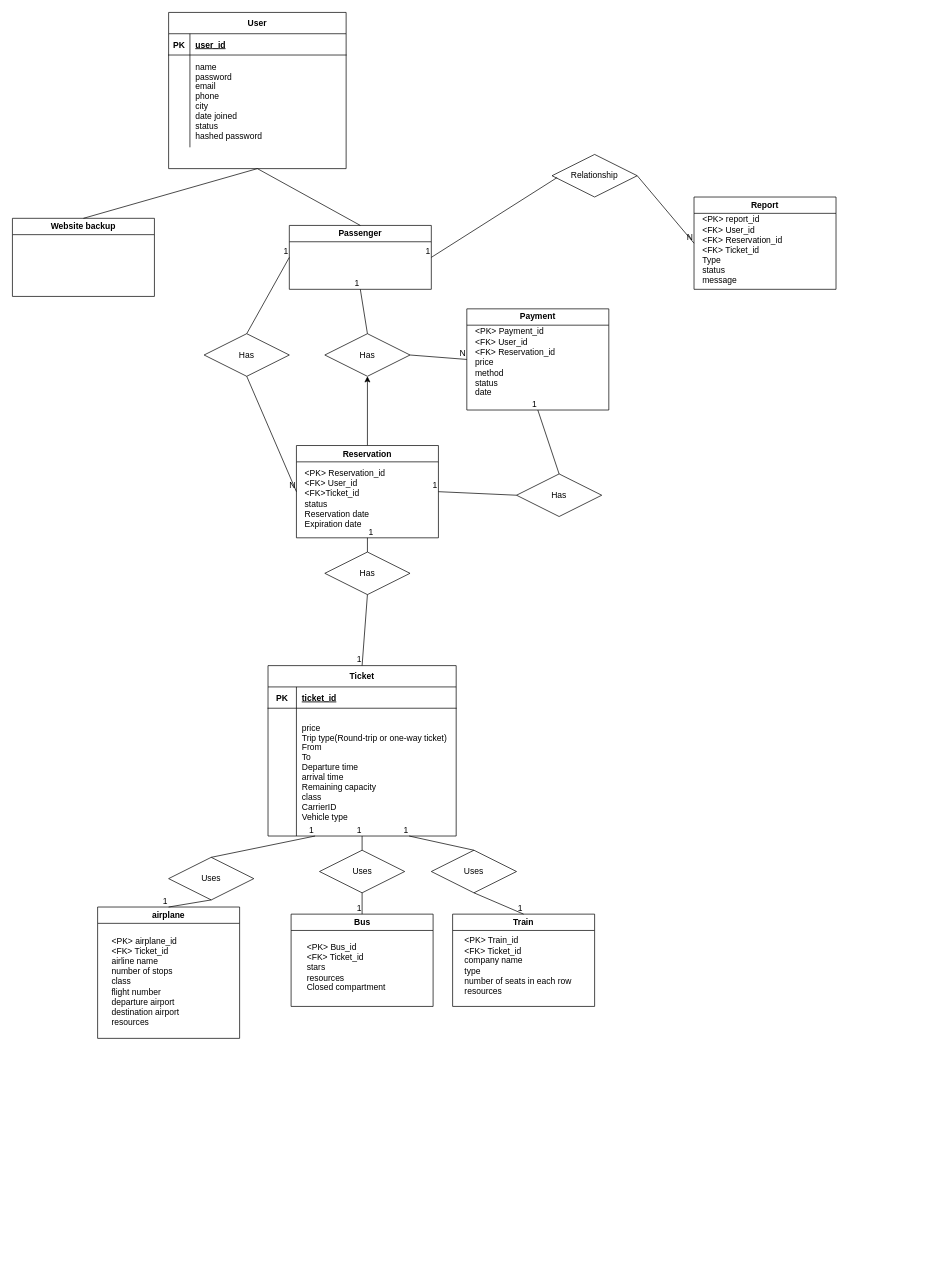
MSDeylami123/DB_Project keeps this draw.io diagram as ERD.drawio. Above is the earlier version. Source tidied: cells renumbered, new cells numbered last; positions are measured from the earlier drawing's top-left corner, leaving out a move shared by most shapes. Both pictures are drawn from the tidied source at 71%, with x=0, y=0 at pixel (12, 12).
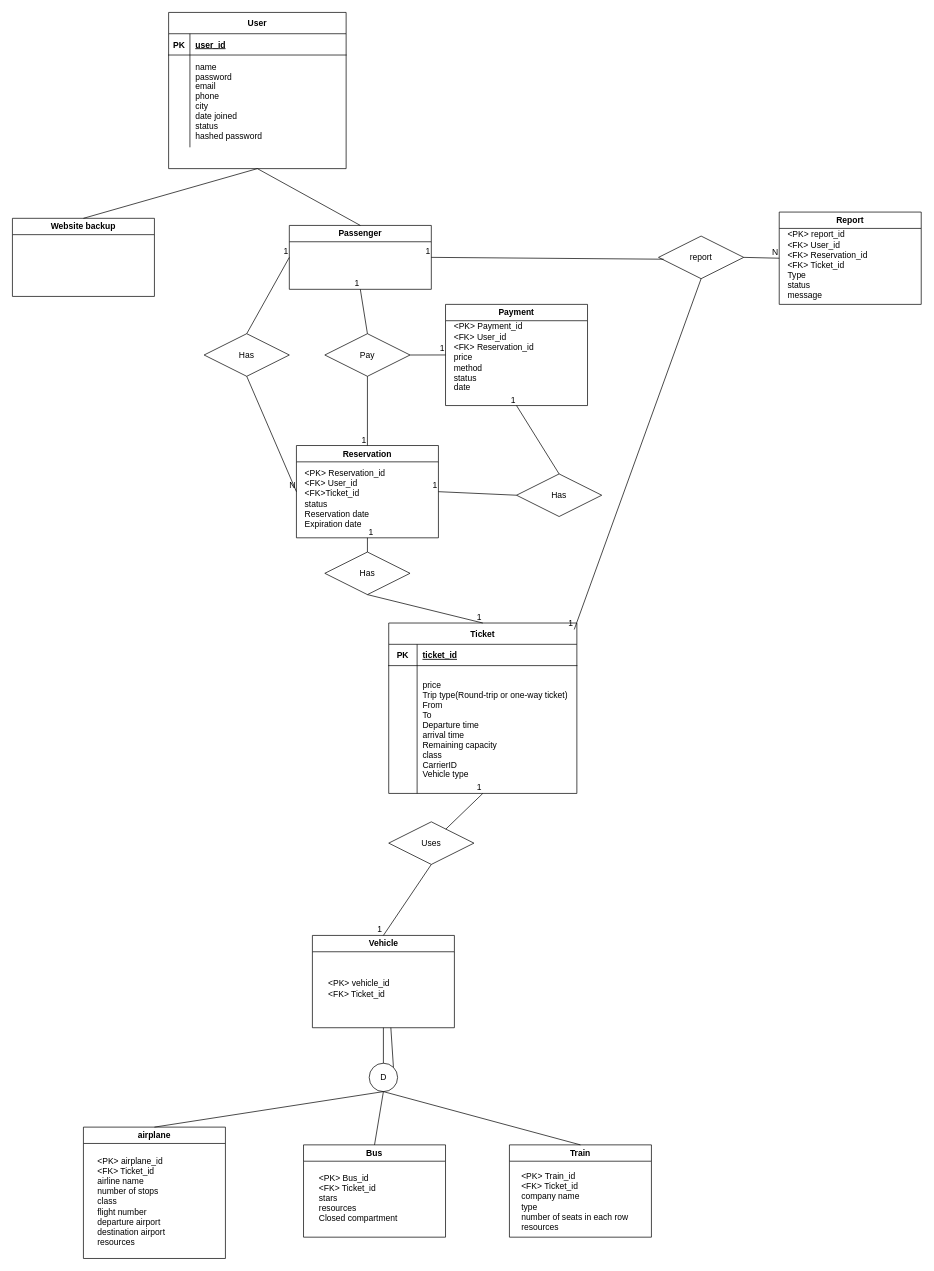
Above is the later version.

Unchanged cells that the change refers to:
```xml
<mxCell id="27" value="Reservation" style="swimlane;whiteSpace=wrap;html=1;" parent="1" vertex="1">
  <mxGeometry x="400" y="610" width="200" height="130" as="geometry" />
</mxCell>
<mxCell id="34" style="endArrow=none;html=1;rounded=0;entryX=0;entryY=0.5;entryDx=0;entryDy=0;exitX=1;exitY=0.5;exitDx=0;exitDy=0;" parent="1" edge="1" source="31" target="36">
  <mxGeometry relative="1" as="geometry" />
</mxCell>
```

Change to the diagram source:
```diff
@@
     <mxCell id="11" value="Ticket" style="shape=table;startSize=30;childLayout=tableLayout;rowLines=0;fontStyle=1;align=center;" parent="1" vertex="1">
-      <mxGeometry x="360" y="920" width="265" height="240" as="geometry" />
+      <mxGeometry x="530" y="860" width="265" height="240" as="geometry" />
     </mxCell>
@@
     <mxCell id="18" value="airplane" style="swimlane;whiteSpace=wrap;html=1;startSize=23;" parent="1" vertex="1">
-      <mxGeometry x="120" y="1260" width="200" height="185" as="geometry" />
+      <mxGeometry x="100" y="1570" width="200" height="185" as="geometry" />
     </mxCell>
@@
     <mxCell id="20" value="Bus" style="swimlane;whiteSpace=wrap;html=1;" parent="1" vertex="1">
-      <mxGeometry x="392.5" y="1270" width="200" height="130" as="geometry" />
+      <mxGeometry x="410" y="1595" width="200" height="130" as="geometry" />
     </mxCell>
@@
     <mxCell id="22" value="Train" style="swimlane;whiteSpace=wrap;html=1;" parent="1" vertex="1">
-      <mxGeometry x="620" y="1270" width="200" height="130" as="geometry" />
+      <mxGeometry x="700" y="1595" width="200" height="130" as="geometry" />
     </mxCell>
     <mxCell id="23" value="&lt;div&gt;&amp;lt;PK&amp;gt; Train_id&lt;/div&gt;&lt;div&gt;&amp;lt;FK&amp;gt; Ticket_id&lt;/div&gt;company name&lt;div&gt;type&lt;/div&gt;&lt;div&gt;number of seats in each row&lt;/div&gt;&lt;div&gt;resources&lt;/div&gt;" style="text;html=1;align=left;verticalAlign=middle;strokeColor=none;fillColor=none;" parent="22" vertex="1">
-      <mxGeometry x="15" y="22.5" width="170" height="100" as="geometry" />
+      <mxGeometry x="15" y="30" width="170" height="100" as="geometry" />
     </mxCell>
@@
-    <mxCell id="26" style="edgeStyle=orthogonalEdgeStyle;rounded=0;jettySize=auto;html=1;" parent="1" edge="1" source="27" target="31">
-      <mxGeometry relative="1" as="geometry" />
-    </mxCell>
@@
-    <mxCell id="31" value="Has" style="shape=rhombus;perimeter=rhombusPerimeter;whiteSpace=wrap;html=1;align=center;" parent="1" vertex="1">
+    <mxCell id="31" value="Pay" style="shape=rhombus;perimeter=rhombusPerimeter;whiteSpace=wrap;html=1;align=center;" parent="1" vertex="1">
       <mxGeometry x="440" y="452.5" width="120" height="60" as="geometry" />
     </mxCell>
@@
-    <mxCell id="35" value="N" style="html=1;whiteSpace=wrap;align=right;verticalAlign=bottom;" parent="34" vertex="1">
+    <mxCell id="35" value="1" style="html=1;whiteSpace=wrap;align=right;verticalAlign=bottom;" parent="34" vertex="1">
       <mxGeometry x="1" relative="1" as="geometry" />
     </mxCell>
     <mxCell id="36" value="Payment" style="swimlane;whiteSpace=wrap;html=1;" parent="1" vertex="1">
-      <mxGeometry x="640" y="417.5" width="200" height="142.5" as="geometry" />
+      <mxGeometry x="610" y="411.2" width="200" height="142.5" as="geometry" />
     </mxCell>
@@
     <mxCell id="38" value="Report" style="swimlane;whiteSpace=wrap;html=1;" parent="1" vertex="1">
-      <mxGeometry x="960" y="260" width="200" height="130" as="geometry" />
+      <mxGeometry x="1080" y="281.2" width="200" height="130" as="geometry" />
     </mxCell>
@@
-    <mxCell id="40" value="Relationship" style="shape=rhombus;perimeter=rhombusPerimeter;whiteSpace=wrap;html=1;align=center;" parent="1" vertex="1">
-      <mxGeometry x="760" y="200" width="120" height="60" as="geometry" />
+    <mxCell id="40" value="report" style="shape=rhombus;perimeter=rhombusPerimeter;whiteSpace=wrap;html=1;align=center;" parent="1" vertex="1">
+      <mxGeometry x="910" y="315" width="120" height="60" as="geometry" />
     </mxCell>
@@
-    <mxCell id="45" value="Uses" style="shape=rhombus;perimeter=rhombusPerimeter;whiteSpace=wrap;html=1;align=center;" parent="1" vertex="1">
-      <mxGeometry x="590" y="1180" width="120" height="60" as="geometry" />
-    </mxCell>
-    <mxCell id="46" style="endArrow=none;html=1;rounded=0;exitX=0.5;exitY=1;exitDx=0;exitDy=0;entryX=0.5;entryY=0;entryDx=0;entryDy=0;" parent="1" edge="1" source="45" target="22">
-      <mxGeometry relative="1" as="geometry" />
-    </mxCell>
-    <mxCell id="47" value="1" style="html=1;whiteSpace=wrap;align=right;verticalAlign=bottom;" parent="46" vertex="1">
-      <mxGeometry x="1" relative="1" as="geometry" />
-    </mxCell>
-    <mxCell id="48" value="Uses" style="shape=rhombus;perimeter=rhombusPerimeter;whiteSpace=wrap;html=1;align=center;" parent="1" vertex="1">
-      <mxGeometry x="220" y="1190" width="120" height="60" as="geometry" />
-    </mxCell>
     <mxCell id="49" value="Uses" style="shape=rhombus;perimeter=rhombusPerimeter;whiteSpace=wrap;html=1;align=center;" parent="1" vertex="1">
-      <mxGeometry x="432.5" y="1180" width="120" height="60" as="geometry" />
+      <mxGeometry x="530" y="1140" width="120" height="60" as="geometry" />
     </mxCell>
-    <mxCell id="50" style="endArrow=none;html=1;rounded=0;entryX=0.5;entryY=0;entryDx=0;entryDy=0;exitX=0.5;exitY=1;exitDx=0;exitDy=0;" parent="1" edge="1" source="48" target="18">
-      <mxGeometry relative="1" as="geometry" />
-    </mxCell>
-    <mxCell id="51" value="1" style="html=1;whiteSpace=wrap;align=right;verticalAlign=bottom;" parent="50" vertex="1">
-      <mxGeometry x="1" relative="1" as="geometry" />
-    </mxCell>
-    <mxCell id="52" style="endArrow=none;html=1;rounded=0;entryX=0.5;entryY=0;entryDx=0;entryDy=0;exitX=0.5;exitY=1;exitDx=0;exitDy=0;" parent="1" edge="1" source="49" target="20">
-      <mxGeometry relative="1" as="geometry" />
-    </mxCell>
-    <mxCell id="53" value="1" style="html=1;whiteSpace=wrap;align=right;verticalAlign=bottom;" parent="52" vertex="1">
-      <mxGeometry x="1" relative="1" as="geometry" />
-    </mxCell>
-    <mxCell id="54" style="endArrow=none;html=1;rounded=0;exitX=0.5;exitY=0;exitDx=0;exitDy=0;entryX=0.25;entryY=1;entryDx=0;entryDy=0;" parent="1" edge="1" source="48" target="11">
-      <mxGeometry relative="1" as="geometry" />
-    </mxCell>
-    <mxCell id="55" value="1" style="html=1;whiteSpace=wrap;align=right;verticalAlign=bottom;" parent="54" vertex="1">
-      <mxGeometry x="1" relative="1" as="geometry" />
-    </mxCell>
@@
-    <mxCell id="58" style="endArrow=none;html=1;rounded=0;entryX=0.75;entryY=1;entryDx=0;entryDy=0;exitX=0.5;exitY=0;exitDx=0;exitDy=0;" parent="1" edge="1" source="45" target="11">
-      <mxGeometry relative="1" as="geometry" />
-    </mxCell>
-    <mxCell id="59" value="1" style="html=1;whiteSpace=wrap;align=right;verticalAlign=bottom;" parent="58" vertex="1">
-      <mxGeometry x="1" relative="1" as="geometry" />
-    </mxCell>
@@
+    <mxCell id="73" style="endArrow=none;html=1;rounded=0;entryX=0.5;entryY=0;entryDx=0;entryDy=0;exitX=0.5;exitY=1;exitDx=0;exitDy=0;" parent="1" edge="1" source="31" target="27">
+      <mxGeometry relative="1" as="geometry" />
+    </mxCell>
+    <mxCell id="74" value="1" style="html=1;whiteSpace=wrap;align=right;verticalAlign=bottom;" parent="73" vertex="1">
+      <mxGeometry x="1" relative="1" as="geometry" />
+    </mxCell>
+    <mxCell id="75" style="endArrow=none;html=1;rounded=0;exitX=0.5;exitY=1;exitDx=0;exitDy=0;entryX=0.986;entryY=0.038;entryDx=0;entryDy=0;entryPerimeter=0;" parent="1" edge="1" source="40" target="11">
+      <mxGeometry relative="1" as="geometry" />
+    </mxCell>
+    <mxCell id="76" value="1" style="html=1;whiteSpace=wrap;align=right;verticalAlign=bottom;" parent="75" vertex="1">
+      <mxGeometry x="1" relative="1" as="geometry" />
+    </mxCell>
+    <mxCell id="77" value="Vehicle" style="swimlane;whiteSpace=wrap;html=1;" parent="1" vertex="1">
+      <mxGeometry x="422.5" y="1300" width="200" height="130" as="geometry" />
+    </mxCell>
+    <mxCell id="78" value="&lt;div&gt;&amp;lt;PK&amp;gt; vehicle_id&lt;/div&gt;&lt;div&gt;&amp;lt;FK&amp;gt; Ticket_id&lt;/div&gt;" style="text;html=1;align=left;verticalAlign=middle;strokeColor=none;fillColor=none;" parent="77" vertex="1">
+      <mxGeometry x="20" y="55" width="110" height="40" as="geometry" />
+    </mxCell>
+    <mxCell id="79" style="endArrow=none;html=1;rounded=0;exitX=0.5;exitY=1;exitDx=0;exitDy=0;entryX=0.5;entryY=0;entryDx=0;entryDy=0;" parent="1" edge="1" source="49" target="77">
+      <mxGeometry relative="1" as="geometry" />
+    </mxCell>
+    <mxCell id="80" value="1" style="html=1;whiteSpace=wrap;align=right;verticalAlign=bottom;" parent="79" vertex="1">
+      <mxGeometry x="1" relative="1" as="geometry" />
+    </mxCell>
+    <mxCell id="81" value="D" style="ellipse;whiteSpace=wrap;html=1;" parent="1" vertex="1">
+      <mxGeometry x="502.5" y="1480" width="40" height="40" as="geometry" />
+    </mxCell>
+    <mxCell id="82" style="endArrow=none;html=1;rounded=0;exitX=0.5;exitY=1;exitDx=0;exitDy=0;entryX=0.5;entryY=0;entryDx=0;entryDy=0;" parent="1" edge="1" source="77" target="81">
+      <mxGeometry relative="1" as="geometry" />
+    </mxCell>
+    <mxCell id="83" style="html=1;whiteSpace=wrap;align=right;verticalAlign=bottom;" parent="82" vertex="1">
+      <mxGeometry x="1" relative="1" as="geometry" />
+    </mxCell>
+    <mxCell id="84" style="endArrow=none;html=1;rounded=0;exitX=0.5;exitY=1;exitDx=0;exitDy=0;entryX=0.5;entryY=0;entryDx=0;entryDy=0;" parent="1" edge="1" source="81" target="22">
+      <mxGeometry relative="1" as="geometry" />
+    </mxCell>
+    <mxCell id="85" style="html=1;whiteSpace=wrap;align=right;verticalAlign=bottom;" parent="84" vertex="1">
+      <mxGeometry x="1" relative="1" as="geometry" />
+    </mxCell>
+    <mxCell id="86" style="endArrow=none;html=1;rounded=0;exitX=0.5;exitY=1;exitDx=0;exitDy=0;entryX=0.5;entryY=0;entryDx=0;entryDy=0;" parent="1" edge="1" source="81" target="20">
+      <mxGeometry relative="1" as="geometry" />
+    </mxCell>
+    <mxCell id="87" style="html=1;whiteSpace=wrap;align=right;verticalAlign=bottom;" parent="86" vertex="1">
+      <mxGeometry x="1" relative="1" as="geometry" />
+    </mxCell>
+    <mxCell id="88" style="endArrow=none;html=1;rounded=0;exitX=0.5;exitY=1;exitDx=0;exitDy=0;entryX=0.5;entryY=0;entryDx=0;entryDy=0;" parent="1" edge="1" source="81" target="18">
+      <mxGeometry relative="1" as="geometry" />
+    </mxCell>
+    <mxCell id="89" style="html=1;whiteSpace=wrap;align=right;verticalAlign=bottom;" parent="88" vertex="1">
+      <mxGeometry x="1" relative="1" as="geometry" />
+    </mxCell>
+    <mxCell id="90" style="endArrow=none;html=1;rounded=0;entryX=1;entryY=0;entryDx=0;entryDy=0;" parent="1" edge="1" target="81">
+      <mxGeometry relative="1" as="geometry">
+        <mxPoint x="533" y="1430" as="sourcePoint" />
+      </mxGeometry>
+    </mxCell>
+    <mxCell id="91" style="html=1;whiteSpace=wrap;align=right;verticalAlign=bottom;" parent="90" vertex="1">
+      <mxGeometry x="1" relative="1" as="geometry" />
+    </mxCell>
```
